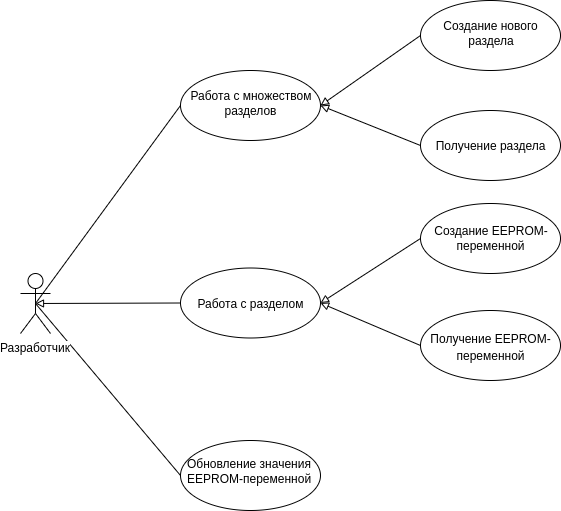
This is report/resources/images/UCD.png from almiluk/bachelor_thesis, a draw.io export, as it was before one commit. Source tidied: cells renumbered, new cells last; positions are measured from the earlier drawing's top-left corner, leaving out a move shared by most shapes.
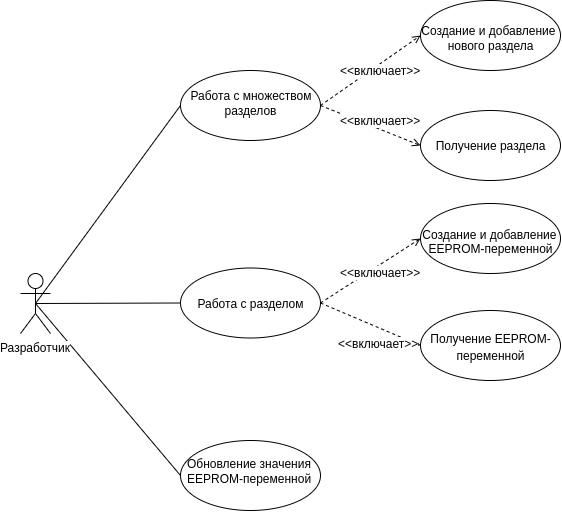
The same file after the commit.

What changed in the source:
```diff
@@ -2,80 +2,100 @@
   <root>
     <mxCell id="0" />
     <mxCell id="1" parent="0" />
-    <mxCell id="2" style="edgeStyle=none;rounded=0;jettySize=auto;html=1;exitX=0.5;exitY=0.5;exitDx=0;exitDy=0;exitPerimeter=0;entryX=0;entryY=0.5;entryDx=0;entryDy=0;endArrow=none;endFill=0;" parent="1" edge="1" source="5" target="8">
+    <mxCell id="2" style="edgeStyle=none;rounded=0;jettySize=auto;exitX=0.5;exitY=0.5;exitDx=0;exitDy=0;exitPerimeter=0;entryX=0;entryY=0.5;entryDx=0;entryDy=0;endArrow=none;endFill=0;fontFamily=Helvetica;html=1;" parent="1" edge="1" source="5" target="8">
       <mxGeometry relative="1" as="geometry" />
     </mxCell>
-    <mxCell id="3" style="edgeStyle=none;rounded=0;jettySize=auto;html=1;exitX=0.5;exitY=0.5;exitDx=0;exitDy=0;exitPerimeter=0;entryX=0;entryY=0.5;entryDx=0;entryDy=0;endArrow=none;endFill=0;" parent="1" edge="1" source="5" target="11">
+    <mxCell id="3" style="edgeStyle=none;rounded=0;jettySize=auto;exitX=0.5;exitY=0.5;exitDx=0;exitDy=0;exitPerimeter=0;entryX=0;entryY=0.5;entryDx=0;entryDy=0;endArrow=none;endFill=0;fontFamily=Helvetica;html=1;" parent="1" edge="1" source="5" target="9">
       <mxGeometry relative="1" as="geometry" />
     </mxCell>
-    <mxCell id="4" style="edgeStyle=none;rounded=0;jettySize=auto;html=1;exitX=0.5;exitY=0.5;exitDx=0;exitDy=0;exitPerimeter=0;startArrow=block;startFill=0;endArrow=none;endFill=0;" parent="1" edge="1" source="5" target="16">
+    <mxCell id="4" style="edgeStyle=none;rounded=0;jettySize=auto;exitX=0.5;exitY=0.5;exitDx=0;exitDy=0;exitPerimeter=0;startArrow=none;startFill=0;endArrow=none;endFill=0;fontFamily=Helvetica;html=1;" parent="1" edge="1" source="5" target="14">
       <mxGeometry relative="1" as="geometry" />
     </mxCell>
-    <mxCell id="5" value="Разработчик" style="shape=umlActor;verticalLabelPosition=bottom;labelBackgroundColor=#ffffff;verticalAlign=top;html=1;" parent="1" vertex="1">
+    <mxCell id="5" value="Разработчик" style="shape=umlActor;verticalLabelPosition=bottom;labelBackgroundColor=#ffffff;verticalAlign=top;fontFamily=Helvetica;html=1;" parent="1" vertex="1">
       <mxGeometry y="273" width="30" height="60" as="geometry" />
     </mxCell>
-    <mxCell id="6" style="edgeStyle=none;rounded=0;jettySize=auto;html=1;exitX=1;exitY=0.5;exitDx=0;exitDy=0;entryX=0;entryY=0.5;entryDx=0;entryDy=0;endArrow=none;endFill=0;startArrow=block;startFill=0;" parent="1" edge="1" source="8" target="12">
+    <mxCell id="6" style="edgeStyle=none;rounded=0;jettySize=auto;exitX=1;exitY=0.5;exitDx=0;exitDy=0;entryX=0;entryY=0.5;entryDx=0;entryDy=0;endArrow=open;endFill=0;startArrow=none;startFill=0;dashed=1;fontFamily=Helvetica;html=1;" parent="1" edge="1" source="8" target="10">
       <mxGeometry relative="1" as="geometry" />
     </mxCell>
-    <mxCell id="7" style="edgeStyle=none;rounded=0;jettySize=auto;html=1;exitX=1;exitY=0.5;exitDx=0;exitDy=0;entryX=0;entryY=0.5;entryDx=0;entryDy=0;endArrow=none;endFill=0;startArrow=block;startFill=0;" parent="1" edge="1" source="8" target="13">
-      <mxGeometry relative="1" as="geometry" />
+    <mxCell id="7" value="&amp;lt;&amp;lt;включает&amp;gt;&amp;gt;" style="text;align=center;verticalAlign=middle;labelBackgroundColor=#ffffff;fontFamily=Helvetica;html=1;" parent="6" vertex="1">
+      <mxGeometry x="0.33" y="-2" relative="1" as="geometry">
+        <mxPoint x="-8" y="10" as="offset" />
+      </mxGeometry>
     </mxCell>
-    <mxCell id="8" style="ellipse;whiteSpace=wrap;html=1;" parent="1" vertex="1">
+    <mxCell id="8" style="ellipse;whiteSpace=wrap;fontFamily=Helvetica;html=1;" parent="1" vertex="1">
       <mxGeometry x="160" y="70" width="140" height="70" as="geometry" />
     </mxCell>
-    <mxCell id="9" style="edgeStyle=none;rounded=0;jettySize=auto;html=1;exitX=1;exitY=0.5;exitDx=0;exitDy=0;entryX=0;entryY=0.5;entryDx=0;entryDy=0;startArrow=block;startFill=0;endArrow=none;endFill=0;" parent="1" edge="1" source="16" target="14">
-      <mxGeometry relative="1" as="geometry" />
+    <mxCell id="9" style="ellipse;whiteSpace=wrap;fontFamily=Helvetica;html=1;" parent="1" vertex="1">
+      <mxGeometry x="160" y="440" width="140" height="70" as="geometry" />
     </mxCell>
-    <mxCell id="10" style="edgeStyle=none;rounded=0;jettySize=auto;html=1;exitX=1;exitY=0.5;exitDx=0;exitDy=0;entryX=0;entryY=0.5;entryDx=0;entryDy=0;startArrow=block;startFill=0;endArrow=none;endFill=0;" parent="1" edge="1" source="16" target="15">
-      <mxGeometry relative="1" as="geometry" />
+    <mxCell id="10" style="ellipse;whiteSpace=wrap;fontFamily=Helvetica;html=1;" parent="1" vertex="1">
+      <mxGeometry x="400" width="140" height="70" as="geometry" />
     </mxCell>
-    <mxCell id="11" style="ellipse;whiteSpace=wrap;html=1;" parent="1" vertex="1">
-      <mxGeometry x="160" y="440" width="140" height="70" as="geometry" />
+    <mxCell id="11" value="&lt;span style=&quot;&quot;&gt;Получение раздела&lt;/span&gt;" style="ellipse;whiteSpace=wrap;fontFamily=Helvetica;html=1;" parent="1" vertex="1">
+      <mxGeometry x="400" y="110" width="140" height="70" as="geometry" />
     </mxCell>
-    <mxCell id="12" style="ellipse;whiteSpace=wrap;html=1;" parent="1" vertex="1">
-      <mxGeometry x="400" width="140" height="70" as="geometry" />
+    <mxCell id="12" style="ellipse;whiteSpace=wrap;fontFamily=Helvetica;html=1;" parent="1" vertex="1">
+      <mxGeometry x="400" y="203" width="140" height="70" as="geometry" />
     </mxCell>
-    <mxCell id="13" value="&lt;span style=&quot;font-family: &amp;#34;helvetica&amp;#34; , &amp;#34;vp default&amp;#34;&quot;&gt;Получение раздела&lt;/span&gt;" style="ellipse;whiteSpace=wrap;html=1;" parent="1" vertex="1">
-      <mxGeometry x="400" y="110" width="140" height="70" as="geometry" />
+    <mxCell id="13" style="ellipse;whiteSpace=wrap;fontFamily=Helvetica;html=1;" parent="1" vertex="1">
+      <mxGeometry x="400" y="310" width="140" height="70" as="geometry" />
     </mxCell>
-    <mxCell id="14" style="ellipse;whiteSpace=wrap;html=1;" parent="1" vertex="1">
-      <mxGeometry x="400" y="203" width="140" height="70" as="geometry" />
+    <mxCell id="14" value="Работа с разделом" style="ellipse;whiteSpace=wrap;fontFamily=Helvetica;html=1;" parent="1" vertex="1">
+      <mxGeometry x="160" y="267.5" width="140" height="70" as="geometry" />
     </mxCell>
-    <mxCell id="15" style="ellipse;whiteSpace=wrap;html=1;" parent="1" vertex="1">
-      <mxGeometry x="400" y="310" width="140" height="70" as="geometry" />
+    <mxCell id="15" value="&lt;span style=&quot;&quot;&gt;Работа с множеством&lt;/span&gt;" style="text;strokeColor=none;fillColor=none;align=center;verticalAlign=middle;whiteSpace=wrap;rounded=0;fontFamily=Helvetica;html=1;" parent="1" vertex="1">
+      <mxGeometry x="165" y="85" width="130" height="20" as="geometry" />
     </mxCell>
-    <mxCell id="16" value="Работа с разделом" style="ellipse;whiteSpace=wrap;html=1;" parent="1" vertex="1">
-      <mxGeometry x="160" y="267.5" width="140" height="70" as="geometry" />
+    <mxCell id="16" value="разделов" style="text;strokeColor=none;fillColor=none;align=center;verticalAlign=middle;whiteSpace=wrap;rounded=0;fontFamily=Helvetica;html=1;" parent="1" vertex="1">
+      <mxGeometry x="210" y="100" width="40" height="20" as="geometry" />
     </mxCell>
-    <mxCell id="17" value="&lt;span style=&quot;font-family: &amp;#34;helvetica&amp;#34; , &amp;#34;vp default&amp;#34;&quot;&gt;Работа с множеством&lt;/span&gt;" style="text;html=1;strokeColor=none;fillColor=none;align=center;verticalAlign=middle;whiteSpace=wrap;rounded=0;" parent="1" vertex="1">
-      <mxGeometry x="165" y="85" width="130" height="20" as="geometry" />
+    <mxCell id="17" value="&lt;span style=&quot;&quot;&gt;Создание и добавление&amp;nbsp;&lt;/span&gt;" style="text;strokeColor=none;fillColor=none;align=center;verticalAlign=middle;whiteSpace=wrap;rounded=0;fontFamily=Helvetica;html=1;" parent="1" vertex="1">
+      <mxGeometry x="400" y="20" width="140" height="20" as="geometry" />
     </mxCell>
-    <mxCell id="18" value="разделов" style="text;html=1;strokeColor=none;fillColor=none;align=center;verticalAlign=middle;whiteSpace=wrap;rounded=0;" parent="1" vertex="1">
-      <mxGeometry x="210" y="100" width="40" height="20" as="geometry" />
+    <mxCell id="18" value="нового раздела" style="text;strokeColor=none;fillColor=none;align=center;verticalAlign=middle;whiteSpace=wrap;rounded=0;fontFamily=Helvetica;html=1;" parent="1" vertex="1">
+      <mxGeometry x="420" y="35" width="100" height="20" as="geometry" />
     </mxCell>
-    <mxCell id="19" value="&lt;span style=&quot;font-family: &amp;#34;helvetica&amp;#34; , &amp;#34;vp default&amp;#34;&quot;&gt;Создание нового&lt;/span&gt;" style="text;html=1;strokeColor=none;fillColor=none;align=center;verticalAlign=middle;whiteSpace=wrap;rounded=0;" parent="1" vertex="1">
-      <mxGeometry x="420" y="15" width="100" height="20" as="geometry" />
+    <mxCell id="19" value="&lt;span style=&quot;&quot;&gt;Создание и добавление&amp;nbsp;&lt;/span&gt;" style="text;strokeColor=none;fillColor=none;align=center;verticalAlign=middle;whiteSpace=wrap;rounded=0;fontFamily=Helvetica;html=1;" parent="1" vertex="1">
+      <mxGeometry x="401" y="223.5" width="140" height="20" as="geometry" />
     </mxCell>
-    <mxCell id="20" value="раздела" style="text;html=1;strokeColor=none;fillColor=none;align=center;verticalAlign=middle;whiteSpace=wrap;rounded=0;" parent="1" vertex="1">
-      <mxGeometry x="450" y="30" width="40" height="20" as="geometry" />
+    <mxCell id="20" value="&lt;span style=&quot;&quot;&gt;EEPROM-&lt;/span&gt;переменной" style="text;strokeColor=none;fillColor=none;align=center;verticalAlign=middle;whiteSpace=wrap;rounded=0;fontFamily=Helvetica;html=1;" parent="1" vertex="1">
+      <mxGeometry x="405" y="238" width="130" height="20" as="geometry" />
     </mxCell>
-    <mxCell id="21" value="&lt;span style=&quot;font-family: &amp;#34;helvetica&amp;#34; , &amp;#34;vp default&amp;#34;&quot;&gt;Создание EEPROM-&lt;/span&gt;" style="text;html=1;strokeColor=none;fillColor=none;align=center;verticalAlign=middle;whiteSpace=wrap;rounded=0;" parent="1" vertex="1">
-      <mxGeometry x="410" y="220" width="120" height="20" as="geometry" />
+    <mxCell id="21" value="&lt;span style=&quot;&quot;&gt;Получение EEPROM-&lt;/span&gt;" style="text;strokeColor=none;fillColor=none;align=center;verticalAlign=middle;whiteSpace=wrap;rounded=0;fontFamily=Helvetica;html=1;" parent="1" vertex="1">
+      <mxGeometry x="405" y="327.5" width="130" height="20" as="geometry" />
     </mxCell>
-    <mxCell id="22" value="переменной" style="text;html=1;strokeColor=none;fillColor=none;align=center;verticalAlign=middle;whiteSpace=wrap;rounded=0;" parent="1" vertex="1">
-      <mxGeometry x="450" y="235" width="40" height="20" as="geometry" />
+    <mxCell id="22" value="&lt;span style=&quot;&quot;&gt;переменной&lt;/span&gt;" style="text;strokeColor=none;fillColor=none;align=center;verticalAlign=middle;whiteSpace=wrap;rounded=0;fontFamily=Helvetica;html=1;" parent="1" vertex="1">
+      <mxGeometry x="450" y="345" width="40" height="20" as="geometry" />
     </mxCell>
-    <mxCell id="23" value="&lt;span style=&quot;font-family: &amp;#34;helvetica&amp;#34; , &amp;#34;vp default&amp;#34;&quot;&gt;Получение EEPROM-&lt;/span&gt;" style="text;html=1;strokeColor=none;fillColor=none;align=center;verticalAlign=middle;whiteSpace=wrap;rounded=0;" parent="1" vertex="1">
-      <mxGeometry x="405" y="327.5" width="130" height="20" as="geometry" />
+    <mxCell id="23" value="Обновление значения" style="text;fontFamily=Helvetica;html=1;" parent="1" vertex="1">
+      <mxGeometry x="165" y="450" width="150" height="30" as="geometry" />
     </mxCell>
-    <mxCell id="24" value="&lt;span style=&quot;font-family: &amp;#34;helvetica&amp;#34; , &amp;#34;vp default&amp;#34;&quot;&gt;переменной&lt;/span&gt;" style="text;html=1;strokeColor=none;fillColor=none;align=center;verticalAlign=middle;whiteSpace=wrap;rounded=0;" parent="1" vertex="1">
-      <mxGeometry x="450" y="345" width="40" height="20" as="geometry" />
+    <mxCell id="24" value="EEPROM-переменной" style="text;fontFamily=Helvetica;html=1;" parent="1" vertex="1">
+      <mxGeometry x="165" y="465" width="150" height="30" as="geometry" />
     </mxCell>
-    <mxCell id="25" value="Обновление значения" style="text;html=1;" parent="1" vertex="1">
-      <mxGeometry x="165" y="450" width="150" height="30" as="geometry" />
+    <mxCell id="25" style="edgeStyle=none;rounded=0;jettySize=auto;exitX=1;exitY=0.5;exitDx=0;exitDy=0;entryX=0;entryY=0.5;entryDx=0;entryDy=0;endArrow=open;endFill=0;startArrow=none;startFill=0;dashed=1;fontFamily=Helvetica;html=1;" parent="1" edge="1" source="8" target="11">
+      <mxGeometry relative="1" as="geometry" />
     </mxCell>
-    <mxCell id="26" value="EEPROM-переменной" style="text;html=1;" parent="1" vertex="1">
-      <mxGeometry x="165" y="465" width="150" height="30" as="geometry" />
+    <mxCell id="26" value="&amp;lt;&amp;lt;включает&amp;gt;&amp;gt;" style="text;align=center;verticalAlign=middle;labelBackgroundColor=#ffffff;fontFamily=Helvetica;html=1;" parent="25" vertex="1">
+      <mxGeometry x="0.33" y="-2" relative="1" as="geometry">
+        <mxPoint x="-6" y="-13.5" as="offset" />
+      </mxGeometry>
     </mxCell>
+    <mxCell id="27" style="edgeStyle=none;rounded=0;jettySize=auto;exitX=1;exitY=0.5;exitDx=0;exitDy=0;entryX=0;entryY=0.5;entryDx=0;entryDy=0;endArrow=open;endFill=0;startArrow=none;startFill=0;dashed=1;fontFamily=Helvetica;html=1;" parent="1" edge="1" source="14" target="12">
+      <mxGeometry relative="1" as="geometry" />
+    </mxCell>
+    <mxCell id="28" value="&amp;lt;&amp;lt;включает&amp;gt;&amp;gt;" style="text;align=center;verticalAlign=middle;labelBackgroundColor=#ffffff;fontFamily=Helvetica;html=1;" parent="27" vertex="1">
+      <mxGeometry x="0.33" y="-2" relative="1" as="geometry">
+        <mxPoint x="-8" y="10" as="offset" />
+      </mxGeometry>
+    </mxCell>
+    <mxCell id="29" style="edgeStyle=none;rounded=0;jettySize=auto;exitX=1;exitY=0.5;exitDx=0;exitDy=0;entryX=0;entryY=0.5;entryDx=0;entryDy=0;endArrow=open;endFill=0;startArrow=none;startFill=0;dashed=1;fontFamily=Helvetica;html=1;" parent="1" edge="1" source="14" target="13">
+      <mxGeometry relative="1" as="geometry" />
+    </mxCell>
+    <mxCell id="30" value="&amp;lt;&amp;lt;включает&amp;gt;&amp;gt;" style="text;align=center;verticalAlign=middle;labelBackgroundColor=#ffffff;fontFamily=Helvetica;html=1;" parent="29" vertex="1">
+      <mxGeometry x="0.33" y="-2" relative="1" as="geometry">
+        <mxPoint x="-8" y="10" as="offset" />
+      </mxGeometry>
+    </mxCell>
   </root>
 </mxGraphModel>
```
